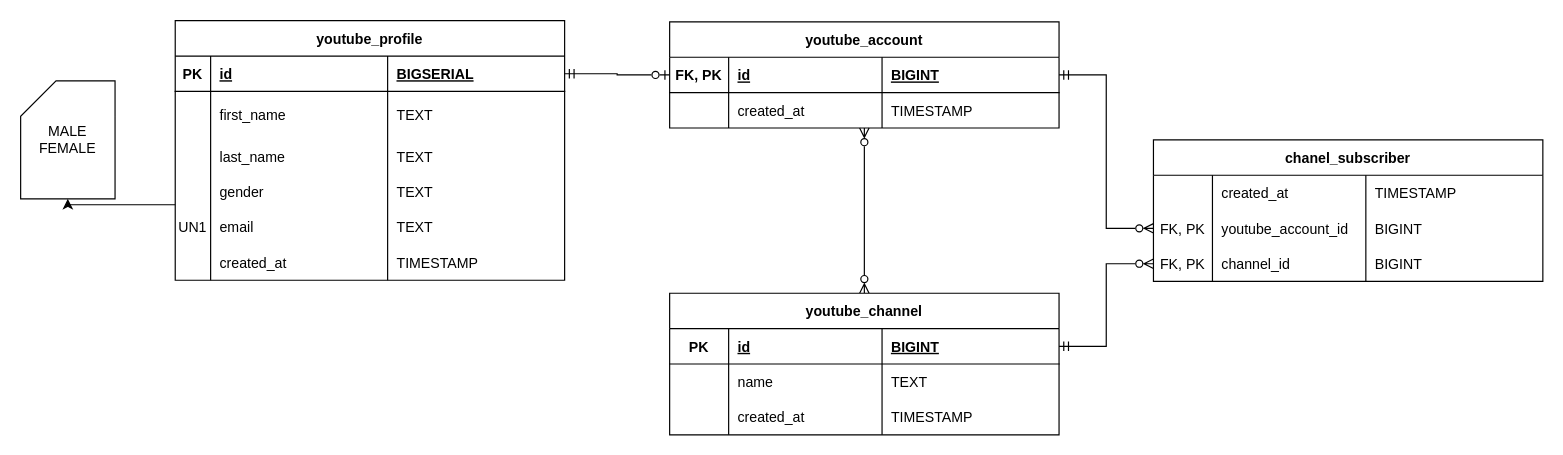
Earlier version of the draw.io diagram Youtube Database Design.drawio (bitsaver/template_database). Source tidied: cells renumbered, new cells numbered last; positions are measured from the earlier drawing's top-left corner, leaving out a move shared by most shapes. Both pictures are drawn from the tidied source at 118%, with x=0, y=0 at pixel (20, 20).
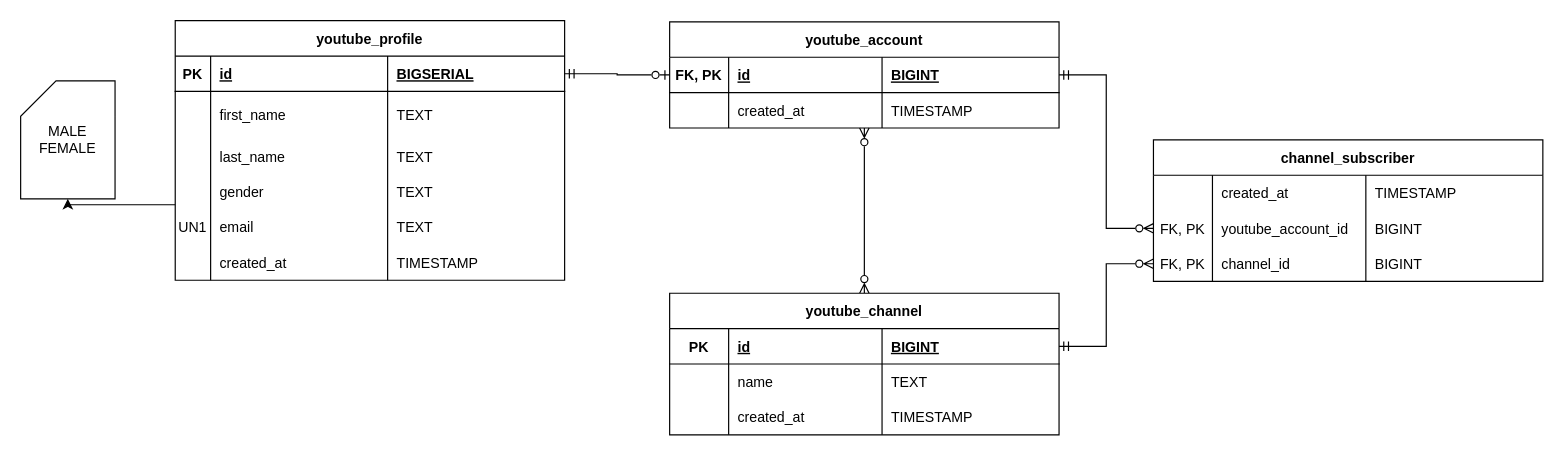
Above is the later version.

The edit, as a diff of the source:
```diff
@@
-    <mxCell id="53" value="chanel_subscriber" style="shape=table;startSize=30;childLayout=tableLayout;rowLines=0;fontStyle=1;align=center;" parent="1" vertex="1">
+    <mxCell id="53" value="channel_subscriber" style="shape=table;startSize=30;childLayout=tableLayout;rowLines=0;fontStyle=1;align=center;" parent="1" vertex="1">
       <mxGeometry x="960" y="101" width="330" height="120" as="geometry" />
     </mxCell>
```
